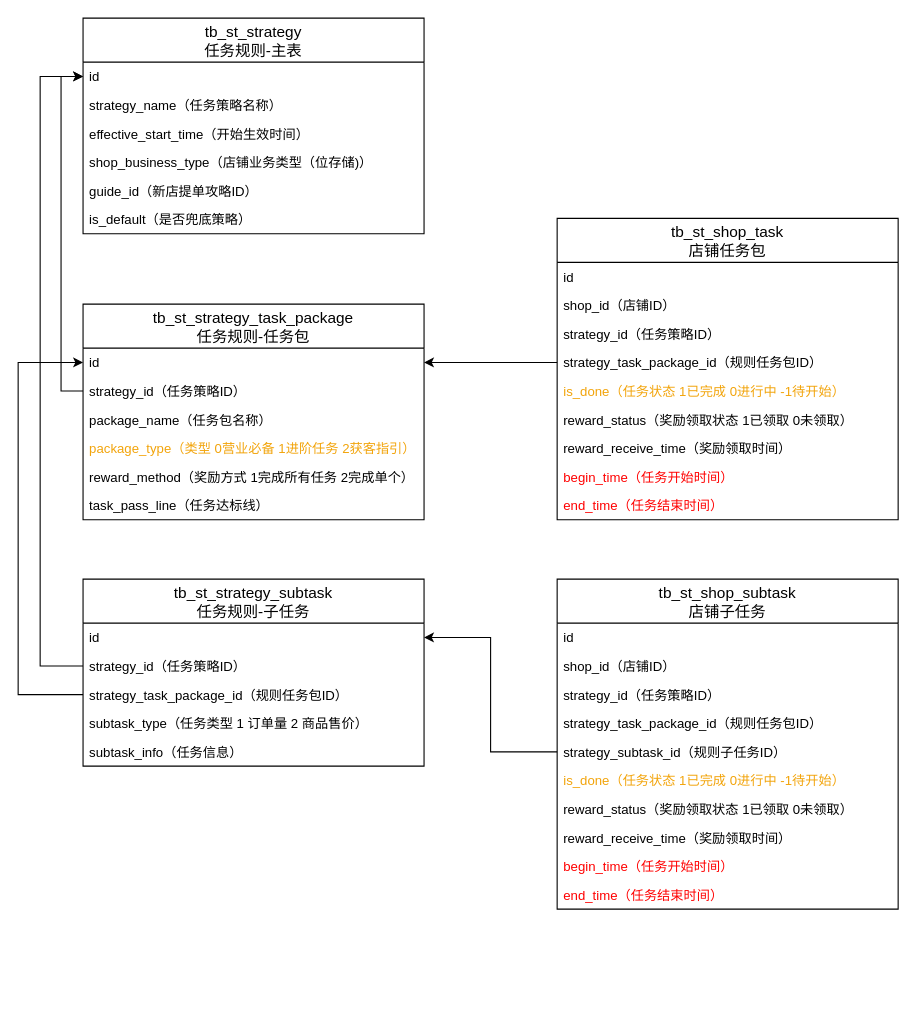
Before: 新店养活.drawio in jon-kong/draw.io, a draw.io diagram. Source tidied: cells renumbered, new cells numbered last; positions are measured from the earlier drawing's top-left corner, leaving out a move shared by most shapes. Both pictures are drawn from the tidied source at 110%, with x=0, y=0 at pixel (18, 18).
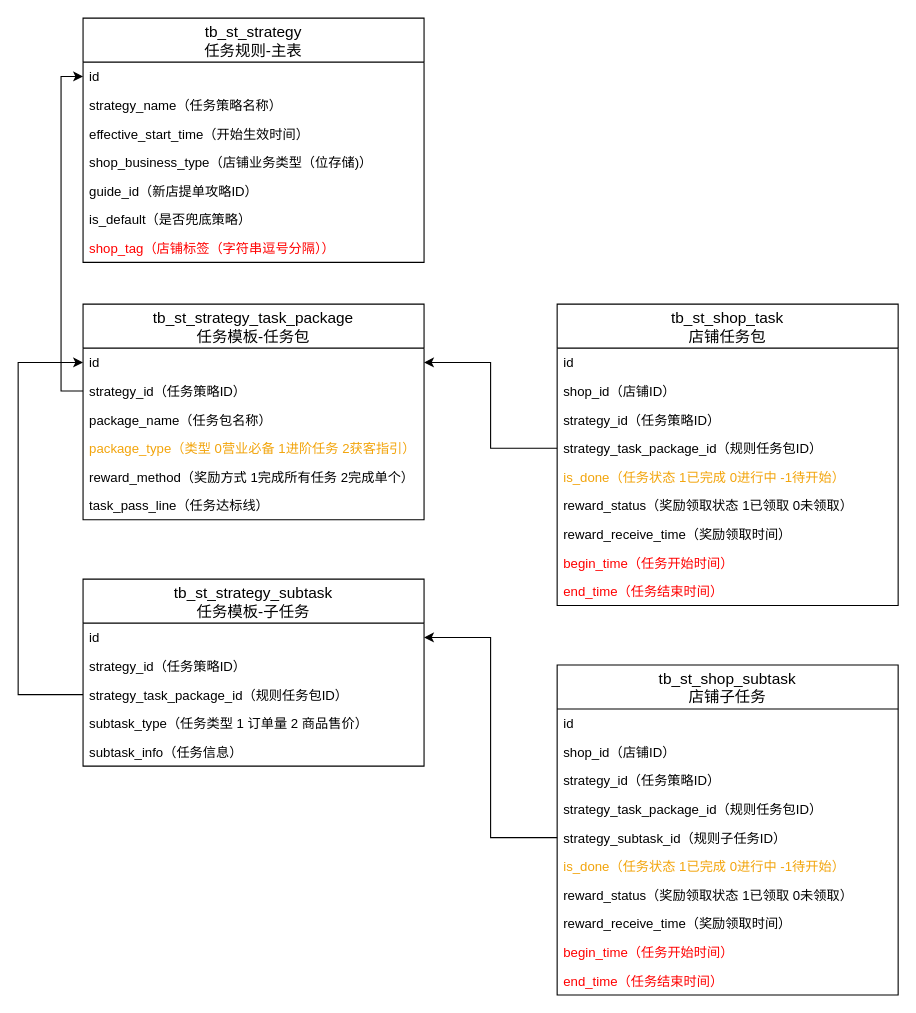
The same diagram, later.

Unchanged cells that the change refers to:
```xml
<mxCell id="4" value="id" style="text;strokeColor=none;fillColor=none;spacingLeft=4;spacingRight=4;overflow=hidden;points=[[0,0.5],[1,0.5]];portConstraint=eastwest;fontSize=12;" parent="3" vertex="1">
  <mxGeometry y="40" width="310" height="26" as="geometry" />
</mxCell>
<mxCell id="19" value="strategy_id（任务策略ID）" style="text;strokeColor=none;fillColor=none;spacingLeft=4;spacingRight=4;overflow=hidden;points=[[0,0.5],[1,0.5]];portConstraint=eastwest;fontSize=12;" parent="17" vertex="1">
  <mxGeometry y="66" width="310" height="26" as="geometry" />
</mxCell>
```

The edit, as a diff of the source:
```diff
@@
     <mxCell id="3" value="tb_st_strategy&#10;任务规则-主表" style="swimlane;fontStyle=0;horizontal=1;startSize=40;align=center;fontSize=14;" parent="1" vertex="1">
-      <mxGeometry x="59" width="310" height="196" as="geometry" />
+      <mxGeometry x="59" width="310" height="222" as="geometry" />
     </mxCell>
@@
+    <mxCell id="48" value="shop_tag（店铺标签（字符串逗号分隔））" style="text;strokeColor=none;fillColor=none;spacingLeft=4;spacingRight=4;overflow=hidden;fontSize=12;fontColor=#FF0000;" parent="3" vertex="1">
+      <mxGeometry y="196" width="310" height="26" as="geometry" />
+    </mxCell>
-    <mxCell id="10" value="tb_st_strategy_task_package&#10;任务规则-任务包" style="swimlane;fontStyle=0;horizontal=1;startSize=40;align=center;fontSize=14;" parent="1" vertex="1">
+    <mxCell id="10" value="tb_st_strategy_task_package&#10;任务模板-任务包" style="swimlane;fontStyle=0;horizontal=1;startSize=40;align=center;fontSize=14;" parent="1" vertex="1">
       <mxGeometry x="59" y="260" width="310" height="196" as="geometry" />
     </mxCell>
@@
-    <mxCell id="17" value="tb_st_strategy_subtask&#10;任务规则-子任务" style="swimlane;fontStyle=0;horizontal=1;startSize=40;align=center;fontSize=14;" parent="1" vertex="1">
+    <mxCell id="17" value="tb_st_strategy_subtask&#10;任务模板-子任务" style="swimlane;fontStyle=0;horizontal=1;startSize=40;align=center;fontSize=14;" parent="1" vertex="1">
       <mxGeometry x="59" y="510" width="310" height="170" as="geometry" />
     </mxCell>
@@
-    <mxCell id="23" style="edgeStyle=orthogonalEdgeStyle;rounded=0;jettySize=auto;html=1;exitX=0;exitY=0.5;exitDx=0;exitDy=0;entryX=0;entryY=0.5;entryDx=0;entryDy=0;fontColor=#F2A40B;" parent="1" edge="1" source="19" target="4">
-      <mxGeometry relative="1" as="geometry">
-        <Array as="points">
-          <mxPoint x="20" y="589" />
-          <mxPoint x="20" y="53" />
-        </Array>
-      </mxGeometry>
-    </mxCell>
@@
     <mxCell id="27" value="tb_st_shop_subtask&#10;店铺子任务" style="swimlane;fontStyle=0;horizontal=1;startSize=40;align=center;fontSize=14;" parent="1" vertex="1">
-      <mxGeometry x="490" y="510" width="310" height="300" as="geometry" />
+      <mxGeometry x="490" y="588" width="310" height="300" as="geometry" />
     </mxCell>
@@
     <mxCell id="38" value="tb_st_shop_task&#10;店铺任务包" style="swimlane;fontStyle=0;horizontal=1;startSize=40;align=center;fontSize=14;" parent="1" vertex="1">
-      <mxGeometry x="490" y="182" width="310" height="274" as="geometry" />
+      <mxGeometry x="490" y="260" width="310" height="274" as="geometry" />
     </mxCell>
```
